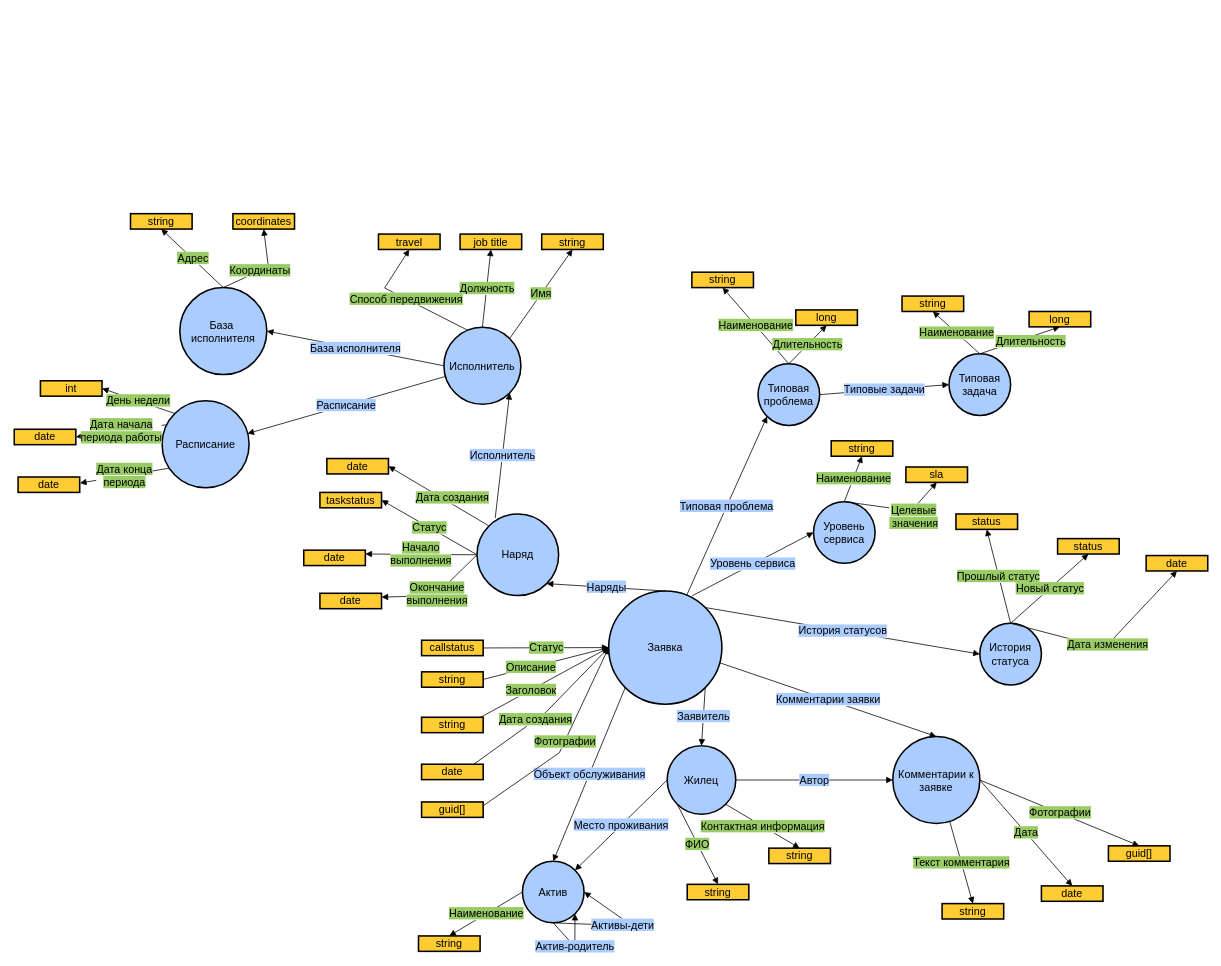
iamquoz/essen keeps this draw.io diagram as owl.drawio. Above is the earlier version. Source tidied: cells renumbered, new cells numbered last; positions are measured from the earlier drawing's top-left corner, leaving out a move shared by most shapes. Both pictures are drawn from the tidied source at 77%, with x=0, y=0 at pixel (14, 213).
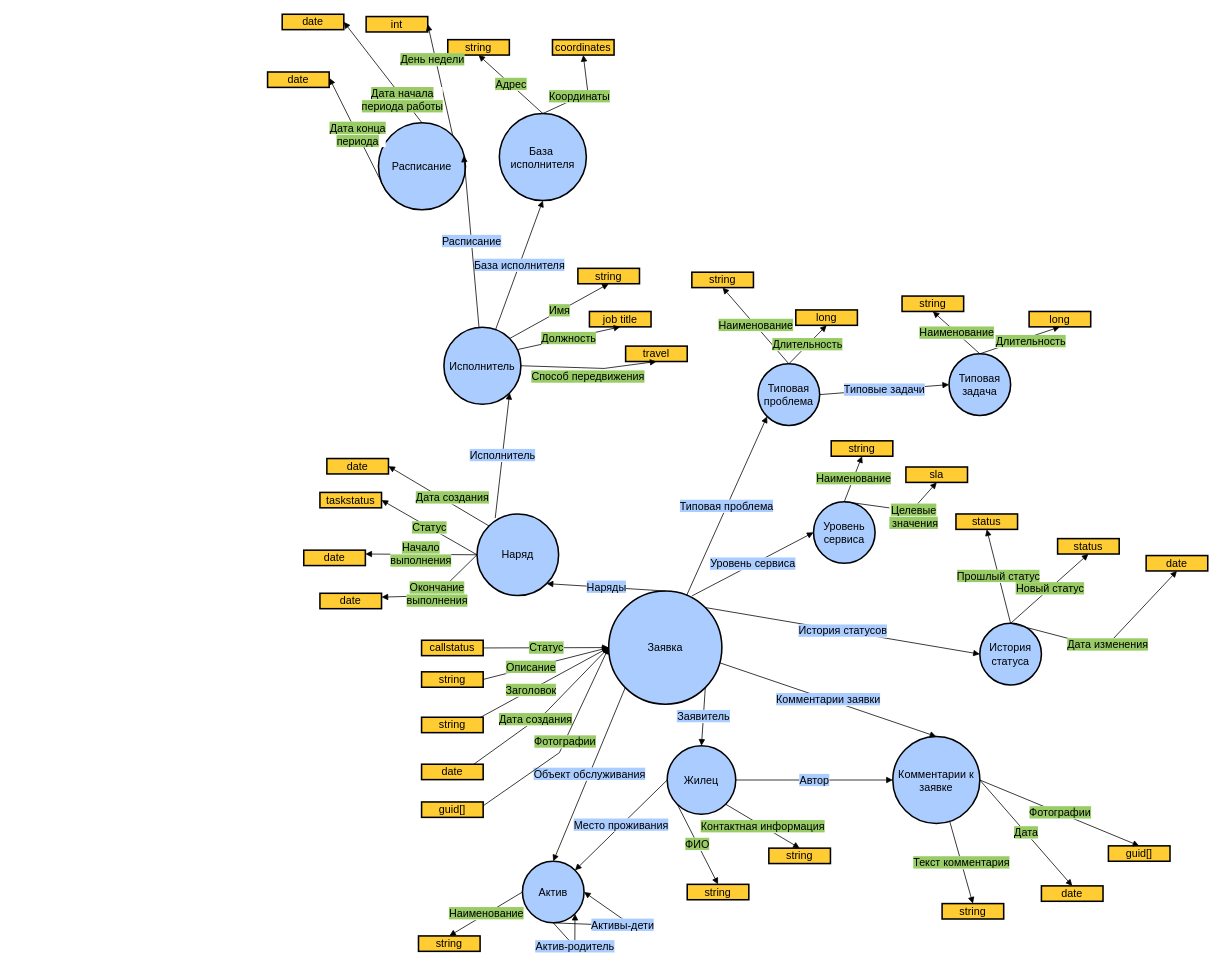
The same page after the edit.

The change refers to these unchanged cells:
```xml
<mxCell id="4" value="Исполнитель" style="ellipse;whiteSpace=wrap;html=1;rounded=0;shadow=0;glass=0;comic=0;strokeColor=#000000;strokeWidth=2;fillColor=#acf;gradientColor=none;fontSize=14;fontColor=#000000;align=center;" parent="1" vertex="1">
  <mxGeometry x="558" y="147.5" width="100" height="100" as="geometry" />
</mxCell>
```

Change to the diagram source:
```diff
@@
     <mxCell id="55" value="job title" style="whiteSpace=wrap;html=1;rounded=0;shadow=0;glass=0;comic=0;strokeColor=#000000;strokeWidth=2;fillColor=#fc3;gradientColor=none;fontSize=14;fontColor=#000000;align=center;" parent="1" vertex="1">
-      <mxGeometry x="579" y="26.5" width="80" height="20" as="geometry" />
+      <mxGeometry x="747" y="127" width="80" height="20" as="geometry" />
     </mxCell>
-    <mxCell id="56" value="&lt;span style=&quot;background-color: rgb(153, 204, 102);&quot;&gt;Должность&lt;br&gt;&lt;/span&gt;" style="endArrow=block;html=1;strokeColor=#000000;fontSize=14;fontColor=#000000;endFill=1;rounded=0;exitX=0.5;exitY=0;exitDx=0;exitDy=0;entryX=0.5;entryY=1;entryDx=0;entryDy=0;" parent="1" edge="1" source="4" target="55">
+    <mxCell id="56" value="&lt;span style=&quot;background-color: rgb(153, 204, 102);&quot;&gt;Должность&lt;br&gt;&lt;/span&gt;" style="endArrow=block;html=1;strokeColor=#000000;fontSize=14;fontColor=#000000;endFill=1;rounded=0;exitX=0.957;exitY=0.29;exitDx=0;exitDy=0;entryX=0.5;entryY=1;entryDx=0;entryDy=0;exitPerimeter=0;" parent="1" edge="1" source="4" target="55">
       <mxGeometry relative="1" as="geometry" />
     </mxCell>
     <mxCell id="57" value="string" style="whiteSpace=wrap;html=1;rounded=0;shadow=0;glass=0;comic=0;strokeColor=#000000;strokeWidth=2;fillColor=#fc3;gradientColor=none;fontSize=14;fontColor=#000000;align=center;" parent="1" vertex="1">
-      <mxGeometry x="685" y="26.5" width="80" height="20" as="geometry" />
+      <mxGeometry x="732" y="71" width="80" height="20" as="geometry" />
     </mxCell>
@@
     <mxCell id="59" value="travel" style="whiteSpace=wrap;html=1;rounded=0;shadow=0;glass=0;comic=0;strokeColor=#000000;strokeWidth=2;fillColor=#fc3;gradientColor=none;fontSize=14;fontColor=#000000;align=center;" parent="1" vertex="1">
-      <mxGeometry x="473" y="26.5" width="80" height="20" as="geometry" />
+      <mxGeometry x="794" y="172" width="80" height="20" as="geometry" />
     </mxCell>
-    <mxCell id="60" value="&lt;span style=&quot;background-color: rgb(153 , 204 , 102)&quot;&gt;Способ передвижения&lt;/span&gt;" style="endArrow=block;html=1;strokeColor=#000000;fontSize=14;fontColor=#000000;endFill=1;rounded=0;entryX=0.5;entryY=1;entryDx=0;entryDy=0;exitX=0.317;exitY=0.043;exitDx=0;exitDy=0;exitPerimeter=0;" parent="1" edge="1" source="4" target="59">
-      <mxGeometry relative="1" as="geometry">
+    <mxCell id="60" value="&lt;span style=&quot;background-color: rgb(153 , 204 , 102)&quot;&gt;Способ передвижения&lt;/span&gt;" style="endArrow=block;html=1;strokeColor=#000000;fontSize=14;fontColor=#000000;endFill=1;rounded=0;entryX=0.5;entryY=1;entryDx=0;entryDy=0;exitX=1;exitY=0.5;exitDx=0;exitDy=0;" parent="1" edge="1" source="4" target="59">
+      <mxGeometry x="-0.01" y="-12" relative="1" as="geometry">
         <Array as="points">
-          <mxPoint x="481" y="96.5" />
+          <mxPoint x="766" y="201" />
         </Array>
       </mxGeometry>
     </mxCell>
@@
     <mxCell id="71" value="База&amp;nbsp;&lt;br&gt;исполнителя" style="ellipse;whiteSpace=wrap;html=1;rounded=0;shadow=0;glass=0;comic=0;strokeColor=#000000;strokeWidth=2;fillColor=#acf;gradientColor=none;fontSize=14;fontColor=#000000;align=center;" parent="1" vertex="1">
-      <mxGeometry x="215" y="96" width="113" height="113" as="geometry" />
+      <mxGeometry x="630" y="-130" width="113" height="113" as="geometry" />
     </mxCell>
-    <mxCell id="72" value="&lt;span style=&quot;background-color: rgb(170 , 204 , 255)&quot;&gt;База исполнителя&lt;/span&gt;" style="endArrow=block;html=1;strokeColor=#000000;fontSize=14;fontColor=#000000;endFill=1;rounded=0;exitX=0;exitY=0.5;exitDx=0;exitDy=0;entryX=1;entryY=0.5;entryDx=0;entryDy=0;" parent="1" edge="1" source="4" target="71">
+    <mxCell id="72" value="&lt;span style=&quot;background-color: rgb(170 , 204 , 255)&quot;&gt;База исполнителя&lt;/span&gt;" style="endArrow=block;html=1;strokeColor=#000000;fontSize=14;fontColor=#000000;endFill=1;rounded=0;entryX=0.5;entryY=1;entryDx=0;entryDy=0;" parent="1" edge="1" source="4" target="71">
       <mxGeometry relative="1" as="geometry" />
     </mxCell>
     <mxCell id="73" value="string" style="whiteSpace=wrap;html=1;rounded=0;shadow=0;glass=0;comic=0;strokeColor=#000000;strokeWidth=2;fillColor=#fc3;gradientColor=none;fontSize=14;fontColor=#000000;align=center;" parent="1" vertex="1">
-      <mxGeometry x="151" width="80" height="20" as="geometry" />
+      <mxGeometry x="563" y="-226" width="80" height="20" as="geometry" />
     </mxCell>
     <mxCell id="74" value="coordinates" style="whiteSpace=wrap;html=1;rounded=0;shadow=0;glass=0;comic=0;strokeColor=#000000;strokeWidth=2;fillColor=#fc3;gradientColor=none;fontSize=14;fontColor=#000000;align=center;" parent="1" vertex="1">
-      <mxGeometry x="284" width="80" height="20" as="geometry" />
+      <mxGeometry x="699" y="-226" width="80" height="20" as="geometry" />
     </mxCell>
@@
     <mxCell id="76" value="&lt;span style=&quot;background-color: rgb(153 , 204 , 102)&quot;&gt;Координаты&lt;/span&gt;" style="endArrow=block;html=1;strokeColor=#000000;fontSize=14;fontColor=#000000;endFill=1;rounded=0;exitX=0.5;exitY=0;exitDx=0;exitDy=0;entryX=0.5;entryY=1;entryDx=0;entryDy=0;" parent="1" edge="1" source="71" target="74">
       <mxGeometry x="-0.06" relative="1" as="geometry">
         <Array as="points">
-          <mxPoint x="330" y="69" />
+          <mxPoint x="745" y="-157" />
         </Array>
         <mxPoint x="-1" as="offset" />
       </mxGeometry>
     </mxCell>
@@
     <mxCell id="85" value="Расписание" style="ellipse;whiteSpace=wrap;html=1;rounded=0;shadow=0;glass=0;comic=0;strokeColor=#000000;strokeWidth=2;fillColor=#acf;gradientColor=none;fontSize=14;fontColor=#000000;align=center;" parent="1" vertex="1">
-      <mxGeometry x="192" y="243" width="113" height="113" as="geometry" />
+      <mxGeometry x="473" y="-118" width="113" height="113" as="geometry" />
     </mxCell>
     <mxCell id="86" value="int" style="whiteSpace=wrap;html=1;rounded=0;shadow=0;glass=0;comic=0;strokeColor=#000000;strokeWidth=2;fillColor=#fc3;gradientColor=none;fontSize=14;fontColor=#000000;align=center;" parent="1" vertex="1">
-      <mxGeometry x="34" y="217" width="80" height="20" as="geometry" />
+      <mxGeometry x="457" y="-256" width="80" height="20" as="geometry" />
     </mxCell>
     <mxCell id="87" value="date" style="whiteSpace=wrap;html=1;rounded=0;shadow=0;glass=0;comic=0;strokeColor=#000000;strokeWidth=2;fillColor=#fc3;gradientColor=none;fontSize=14;fontColor=#000000;align=center;" parent="1" vertex="1">
-      <mxGeometry y="280" width="80" height="20" as="geometry" />
+      <mxGeometry x="348" y="-259" width="80" height="20" as="geometry" />
     </mxCell>
     <mxCell id="88" value="date" style="whiteSpace=wrap;html=1;rounded=0;shadow=0;glass=0;comic=0;strokeColor=#000000;strokeWidth=2;fillColor=#fc3;gradientColor=none;fontSize=14;fontColor=#000000;align=center;" parent="1" vertex="1">
-      <mxGeometry x="5" y="342" width="80" height="20" as="geometry" />
+      <mxGeometry x="329" y="-184" width="80" height="20" as="geometry" />
     </mxCell>
-    <mxCell id="89" value="&lt;span style=&quot;background-color: rgb(153, 204, 102);&quot;&gt;День недели&lt;/span&gt;" style="endArrow=block;html=1;strokeColor=#000000;fontSize=14;fontColor=#000000;endFill=1;rounded=0;exitX=0;exitY=0;exitDx=0;exitDy=0;entryX=1;entryY=0.5;entryDx=0;entryDy=0;" parent="1" edge="1" source="85" target="86">
-      <mxGeometry relative="1" as="geometry" />
+    <mxCell id="89" value="&lt;span style=&quot;background-color: rgb(153, 204, 102);&quot;&gt;День недели&lt;/span&gt;" style="endArrow=block;html=1;strokeColor=#000000;fontSize=14;fontColor=#000000;endFill=1;rounded=0;exitX=1;exitY=0;exitDx=0;exitDy=0;entryX=1;entryY=0.5;entryDx=0;entryDy=0;" parent="1" edge="1" source="85" target="86">
+      <mxGeometry x="0.38" y="4" relative="1" as="geometry" />
     </mxCell>
-    <mxCell id="90" value="&lt;span style=&quot;background-color: rgb(153 , 204 , 102)&quot;&gt;Дата начала&lt;br&gt;периода работы&lt;br&gt;&lt;/span&gt;" style="endArrow=block;html=1;strokeColor=#000000;fontSize=14;fontColor=#000000;endFill=1;rounded=0;exitX=0.049;exitY=0.276;exitDx=0;exitDy=0;exitPerimeter=0;entryX=1;entryY=0.5;entryDx=0;entryDy=0;" parent="1" edge="1" source="85" target="87">
-      <mxGeometry relative="1" as="geometry" />
+    <mxCell id="90" value="&lt;span style=&quot;background-color: rgb(153 , 204 , 102)&quot;&gt;Дата начала&lt;br&gt;периода работы&lt;br&gt;&lt;/span&gt;" style="endArrow=block;html=1;strokeColor=#000000;fontSize=14;fontColor=#000000;endFill=1;rounded=0;exitX=0.5;exitY=0;exitDx=0;exitDy=0;entryX=1;entryY=0.5;entryDx=0;entryDy=0;" parent="1" edge="1" source="85" target="87">
+      <mxGeometry x="-0.53" y="2" relative="1" as="geometry" />
     </mxCell>
```
